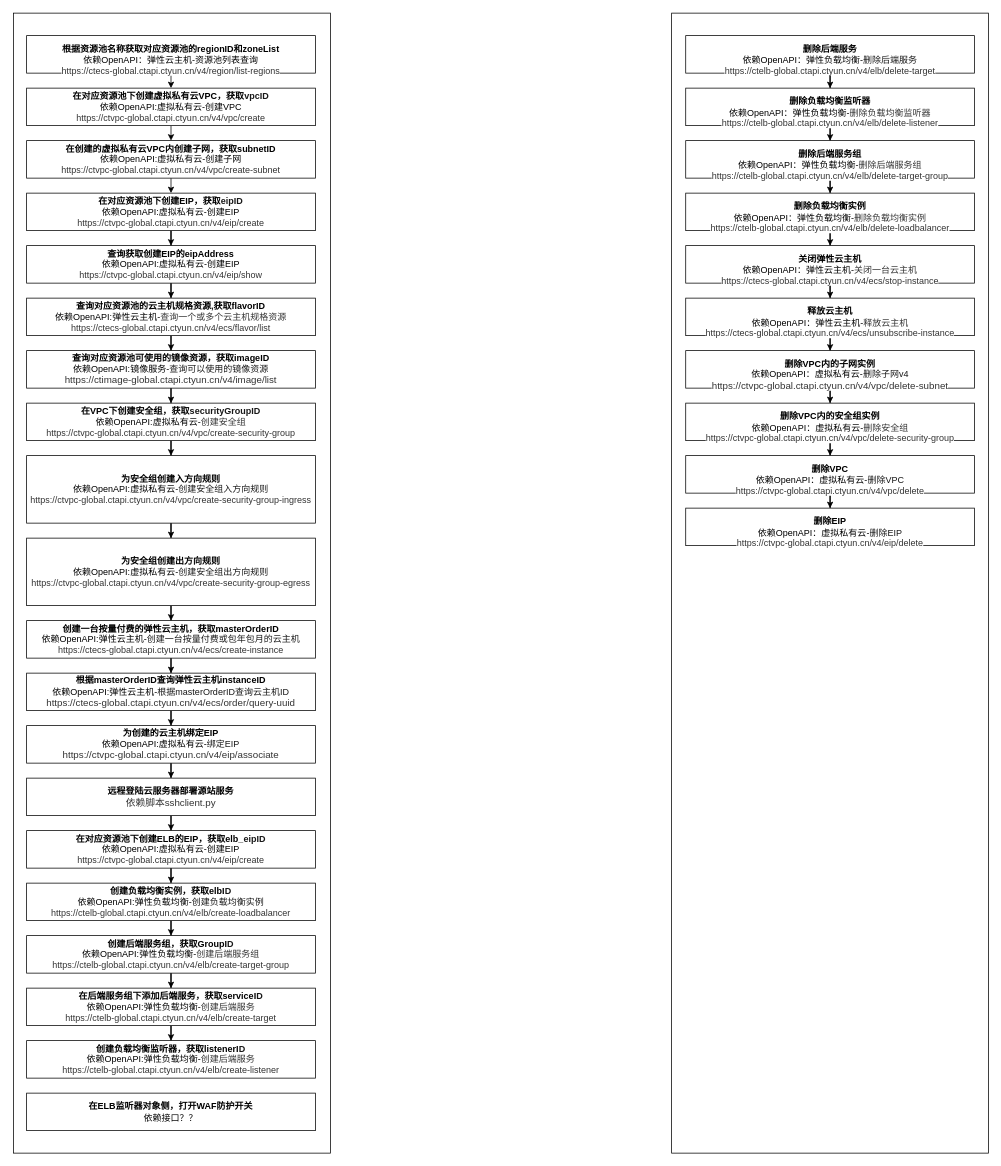
Before: QA_TEST/未命名绘图.drawio in allurelzh/flask_demo, a draw.io diagram. Source tidied: cells renumbered, new cells numbered last; positions are measured from the earlier drawing's top-left corner, leaving out a move shared by most shapes. Both pictures are drawn from the tidied source at 75%, with x=0, y=0 at pixel (14, 13).
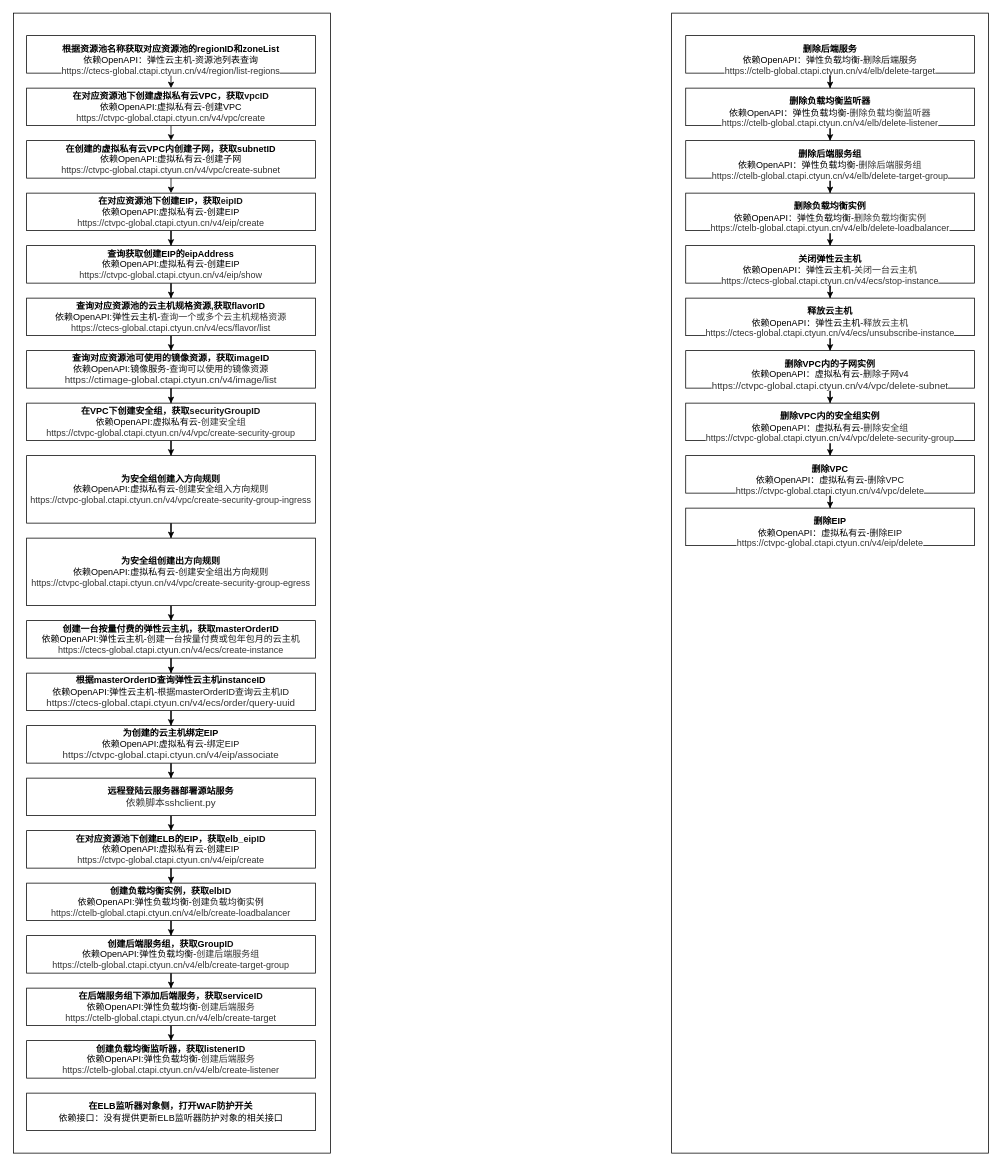
The same diagram, later.

Commit message:
更新未命名绘图.drawio

Diff of the diagram source:
```diff
@@
-    <mxCell id="40" value="&lt;b&gt;在ELB监听器对象侧，打开WAF防护开关&lt;/b&gt;&lt;br&gt;&lt;div&gt;依赖接口？？&lt;/div&gt;" style="rounded=0;whiteSpace=wrap;html=1;" parent="1" vertex="1">
+    <mxCell id="40" value="&lt;b&gt;在ELB监听器对象侧，打开WAF防护开关&lt;/b&gt;&lt;br&gt;&lt;div&gt;依赖接口：没有提供更新ELB监听器防护对象的相关接口&lt;/div&gt;" style="rounded=0;whiteSpace=wrap;html=1;" parent="1" vertex="1">
       <mxGeometry x="17" y="1440" width="385" height="50" as="geometry" />
     </mxCell>
```
